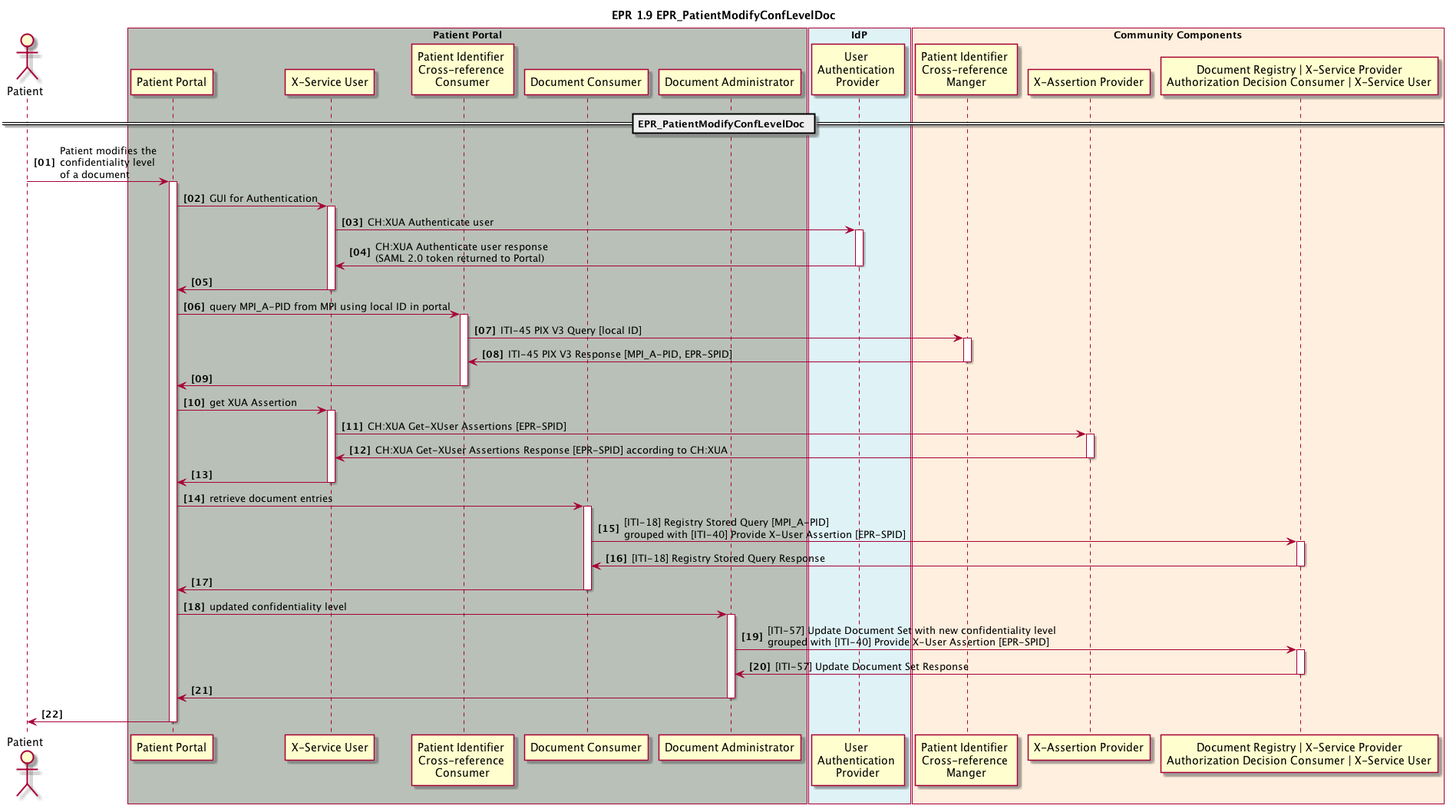
Earlier version of the PlantUML export 1_09_EPR_PatientModifyConfLevelDoc.plantuml.png (ahdis/ch-epr-seqdiag).
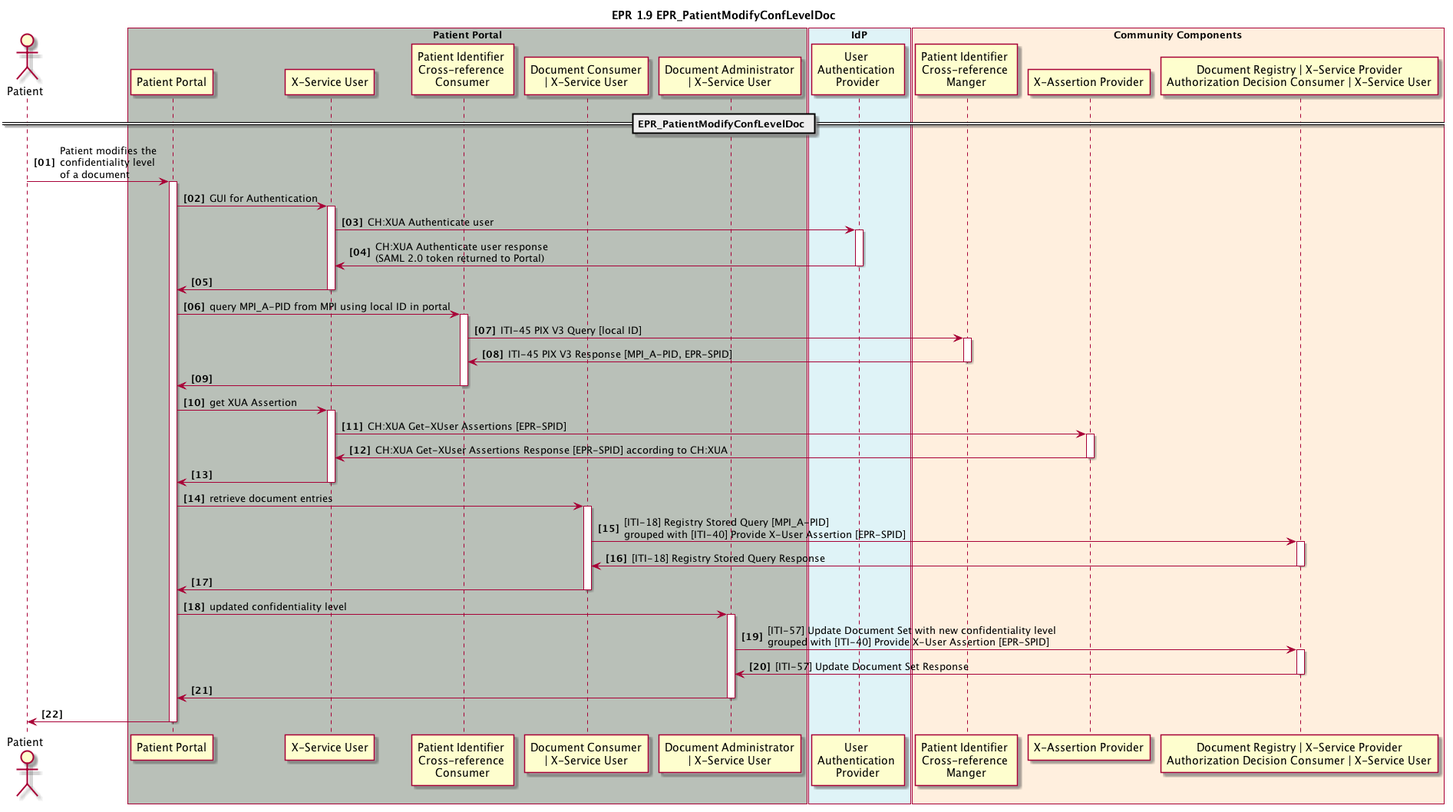
The same file after the commit.

Change to the diagram source:
```diff
@@ -9,8 +9,8 @@
 	participant pp_gui as "Patient Portal"
 	participant pp_x_service_user as "X-Service User"
 	participant pp_pix_x_ref_consumer as "Patient Identifier \nCross-reference \nConsumer"
-	participant pp_doc_consumer as "Document Consumer"
-	participant pp_doc_admin as "Document Administrator"
+	participant pp_doc_consumer as "Document Consumer\n| X-Service User"
+	participant pp_doc_admin as "Document Administrator\n| X-Service User"
 end box
 
 box "IdP" #DFF3F7
```
